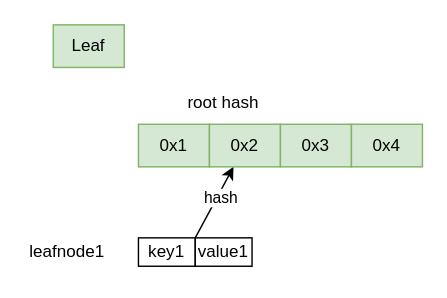
This is page "one_leaf" (3 of 7) of static/smt.drawio from starcoinorg/starcoin-cookbook, a draw.io file, before an edit. Source tidied: cells renumbered, new cells numbered last; positions are measured from the earlier drawing's top-left corner, leaving out a move shared by most shapes. Both pictures are drawn from the tidied source at 142%, with x=0, y=0 at pixel (24, 24).
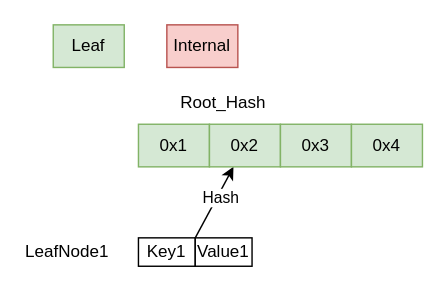
After the change.

Diff of the diagram source:
```diff
@@
 <mxGraphModel>
   <root>
     <mxCell id="0" />
     <mxCell id="1" parent="0" />
     <mxCell id="2" value="0x1" style="rounded=0;whiteSpace=wrap;html=1;fillColor=#d5e8d4;strokeColor=#82b366;" parent="1" vertex="1">
       <mxGeometry x="80" y="70" width="50" height="30" as="geometry" />
     </mxCell>
     <mxCell id="3" style="edgeStyle=none;rounded=0;jettySize=auto;html=1;exitX=0;exitY=0;exitDx=0;exitDy=0;" parent="1" edge="1" source="9" target="5">
       <mxGeometry relative="1" as="geometry" />
     </mxCell>
-    <mxCell id="4" value="hash" style="edgeLabel;html=1;align=center;verticalAlign=middle;" parent="3" vertex="1">
+    <mxCell id="4" value="Hash" style="edgeLabel;html=1;align=center;verticalAlign=middle;" parent="3" vertex="1">
       <mxGeometry x="0.2" y="-2" relative="1" as="geometry" />
     </mxCell>
     <mxCell id="5" value="0x2" style="rounded=0;whiteSpace=wrap;html=1;fillColor=#d5e8d4;strokeColor=#82b366;" parent="1" vertex="1">
       <mxGeometry x="130" y="70" width="50" height="30" as="geometry" />
     </mxCell>
     <mxCell id="6" value="0x3" style="rounded=0;whiteSpace=wrap;html=1;fillColor=#d5e8d4;strokeColor=#82b366;" parent="1" vertex="1">
       <mxGeometry x="180" y="70" width="50" height="30" as="geometry" />
     </mxCell>
     <mxCell id="7" value="0x4" style="rounded=0;whiteSpace=wrap;html=1;fillColor=#d5e8d4;strokeColor=#82b366;" parent="1" vertex="1">
       <mxGeometry x="230" y="70" width="50" height="30" as="geometry" />
     </mxCell>
-    <mxCell id="8" value="key1" style="rounded=0;whiteSpace=wrap;html=1;" parent="1" vertex="1">
+    <mxCell id="8" value="Key1" style="rounded=0;whiteSpace=wrap;html=1;" parent="1" vertex="1">
       <mxGeometry x="80" y="150" width="40" height="20" as="geometry" />
     </mxCell>
-    <mxCell id="9" value="value1" style="rounded=0;whiteSpace=wrap;html=1;" parent="1" vertex="1">
+    <mxCell id="9" value="Value1" style="rounded=0;whiteSpace=wrap;html=1;" parent="1" vertex="1">
       <mxGeometry x="120" y="150" width="40" height="20" as="geometry" />
     </mxCell>
     <mxCell id="10" value="Leaf" style="rounded=0;whiteSpace=wrap;html=1;fillColor=#d5e8d4;strokeColor=#82b366;" parent="1" vertex="1">
       <mxGeometry x="20" width="50" height="30" as="geometry" />
     </mxCell>
-    <mxCell id="11" value="root hash" style="text;html=1;strokeColor=none;fillColor=none;align=center;verticalAlign=middle;whiteSpace=wrap;rounded=0;" parent="1" vertex="1">
+    <mxCell id="11" value="Root_Hash" style="text;html=1;strokeColor=none;fillColor=none;align=center;verticalAlign=middle;whiteSpace=wrap;rounded=0;" parent="1" vertex="1">
       <mxGeometry x="110" y="40" width="60" height="30" as="geometry" />
     </mxCell>
-    <mxCell id="12" value="leafnode1" style="text;html=1;strokeColor=none;fillColor=none;align=center;verticalAlign=middle;whiteSpace=wrap;rounded=0;" parent="1" vertex="1">
+    <mxCell id="12" value="LeafNode1" style="text;html=1;strokeColor=none;fillColor=none;align=center;verticalAlign=middle;whiteSpace=wrap;rounded=0;" parent="1" vertex="1">
       <mxGeometry y="145" width="60" height="30" as="geometry" />
     </mxCell>
+    <mxCell id="13" value="Internal" style="rounded=0;whiteSpace=wrap;html=1;fillColor=#f8cecc;strokeColor=#b85450;" parent="1" vertex="1">
+      <mxGeometry x="100" width="50" height="30" as="geometry" />
+    </mxCell>
   </root>
 </mxGraphModel>
```
